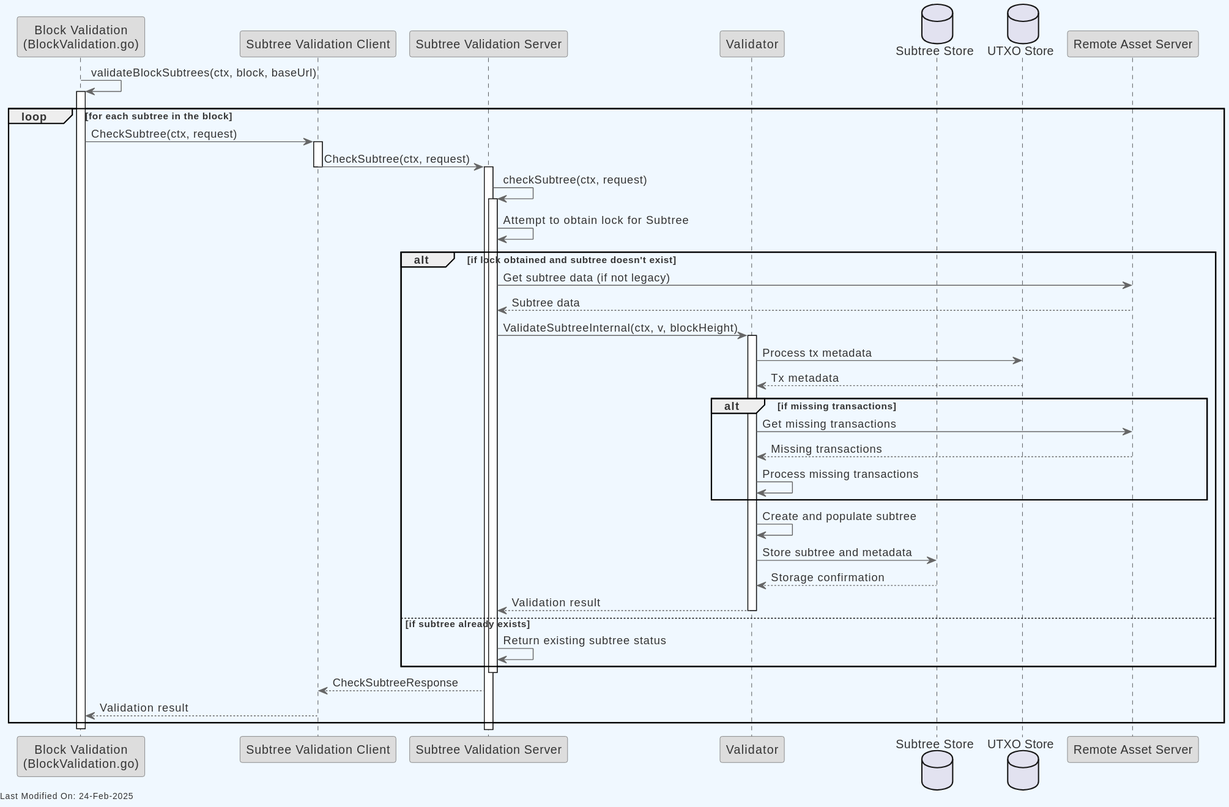
The PlantUML diagram docs/topics/services/img/plantuml/subtreevalidation/block_validation_subtree_validation_request.svg in freemans13/teranode, before a commit.
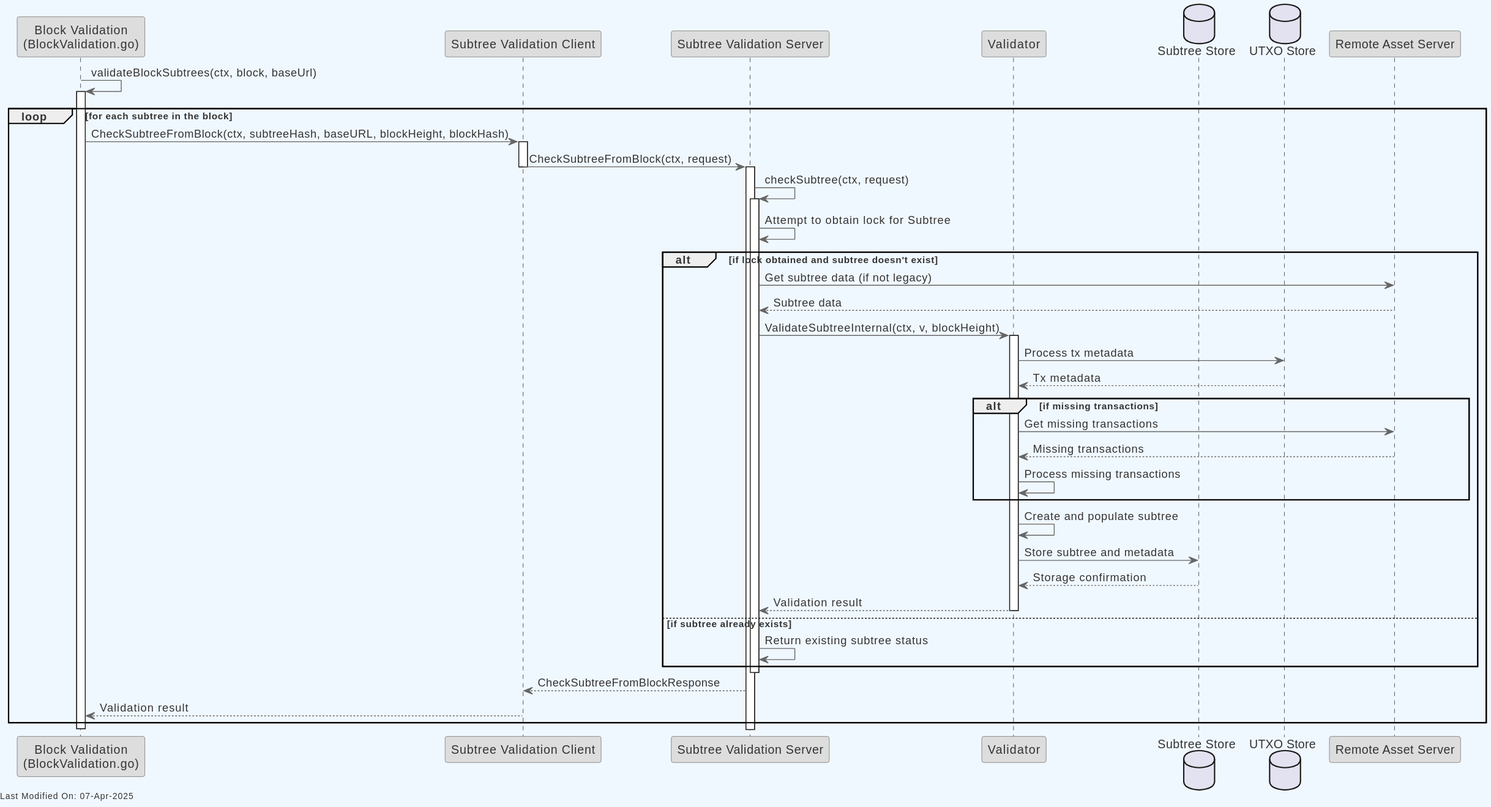
The same diagram one commit later.

The edit, as a diff of the source:
```diff
@@ -32,9 +32,9 @@
 activate BV
 
 loop for each subtree in the block
-    BV -> SVC: CheckSubtree(ctx, request)
+    BV -> SVC: CheckSubtreeFromBlock(ctx, subtreeHash, baseURL, blockHeight, blockHash)
     activate SVC
-    SVC -> SVS: CheckSubtree(ctx, request)
+    SVC -> SVS: CheckSubtreeFromBlock(ctx, request)
     deactivate SVC
     activate SVS
 
@@ -70,7 +70,7 @@
     end
 
     deactivate SVS
-    SVS --> SVC: CheckSubtreeResponse
+    SVS --> SVC: CheckSubtreeFromBlockResponse
     SVC --> BV: Validation result
 end
 
```
